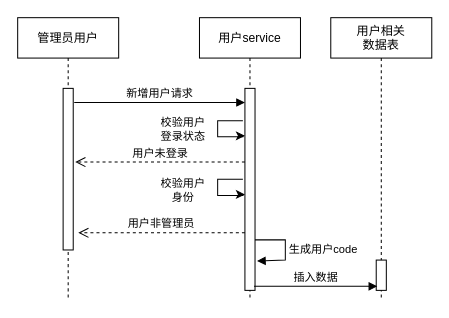
Earlier version of the draw.io diagram shixutu2.drawio (ppp-203/ppp-203). Source tidied: cells renumbered, new cells numbered last; positions are measured from the earlier drawing's top-left corner, leaving out a move shared by most shapes. Both pictures are drawn from the tidied source at 101%, with x=0, y=0 at pixel (17, 17).
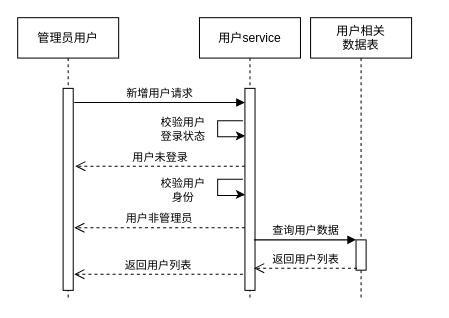
Above is the later version.

Unchanged cells that the change refers to:
```xml
<mxCell id="2" value="管理员用户" style="shape=umlLifeline;perimeter=lifelinePerimeter;rounded=0;shadow=0;strokeWidth=1;" parent="1" vertex="1">
  <mxGeometry width="100" height="280" as="geometry" />
</mxCell>
<mxCell id="4" value="用户service" style="shape=umlLifeline;perimeter=lifelinePerimeter;rounded=0;shadow=0;strokeWidth=1;" parent="1" vertex="1">
  <mxGeometry x="180" width="100" height="280" as="geometry" />
</mxCell>
<mxCell id="5" style="points=[];perimeter=orthogonalPerimeter;rounded=0;shadow=0;strokeWidth=1;" parent="4" vertex="1">
  <mxGeometry x="45" y="70" width="10" height="200" as="geometry" />
</mxCell>
```

Change to the diagram source:
```diff
@@
     <mxCell id="3" style="points=[];perimeter=orthogonalPerimeter;rounded=0;shadow=0;strokeWidth=1;" parent="2" vertex="1">
-      <mxGeometry x="45" y="70" width="10" height="160" as="geometry" />
+      <mxGeometry x="45" y="70" width="10" height="200" as="geometry" />
     </mxCell>
@@
-    <mxCell id="8" value="生成用户code" style="edgeStyle=orthogonalEdgeStyle;html=1;align=left;spacingLeft=2;endArrow=block;rounded=0;entryX=1.2;entryY=0.855;entryDx=0;entryDy=0;entryPerimeter=0;" parent="4" edge="1" target="5">
-      <mxGeometry relative="1" as="geometry">
-        <mxPoint x="55" y="220" as="sourcePoint" />
-        <Array as="points">
-          <mxPoint x="85" y="220" />
-          <mxPoint x="85" y="240" />
-        </Array>
-      </mxGeometry>
-    </mxCell>
@@
     <mxCell id="10" value="用户相关&#10;数据表" style="shape=umlLifeline;perimeter=lifelinePerimeter;rounded=0;shadow=0;strokeWidth=1;" parent="1" vertex="1">
-      <mxGeometry x="310" width="100" height="280" as="geometry" />
+      <mxGeometry x="290" width="100" height="280" as="geometry" />
     </mxCell>
     <mxCell id="11" style="points=[];perimeter=orthogonalPerimeter;rounded=0;shadow=0;strokeWidth=1;" parent="10" vertex="1">
-      <mxGeometry x="45" y="240" width="10" height="30" as="geometry" />
+      <mxGeometry x="45" y="220" width="10" height="30" as="geometry" />
     </mxCell>
@@
-    <mxCell id="13" value="用户未登录" style="html=1;verticalAlign=bottom;endArrow=open;dashed=1;endSize=8;rounded=0;entryX=1.2;entryY=0.456;entryDx=0;entryDy=0;entryPerimeter=0;" parent="1" edge="1" source="5" target="3">
+    <mxCell id="13" value="用户未登录" style="html=1;verticalAlign=bottom;endArrow=open;dashed=1;endSize=8;rounded=0;entryX=1.2;entryY=0.385;entryDx=0;entryDy=0;entryPerimeter=0;" parent="1" edge="1" source="5" target="3">
       <mxGeometry relative="1" as="geometry" />
     </mxCell>
@@
-    <mxCell id="15" value="用户非管理员" style="html=1;verticalAlign=bottom;endArrow=open;dashed=1;endSize=8;rounded=0;" parent="1" edge="1" source="5">
-      <mxGeometry relative="1" as="geometry">
-        <mxPoint x="60" y="213" as="targetPoint" />
-      </mxGeometry>
+    <mxCell id="15" value="用户非管理员" style="html=1;verticalAlign=bottom;endArrow=open;dashed=1;endSize=8;rounded=0;entryX=1.1;entryY=0.69;entryDx=0;entryDy=0;entryPerimeter=0;" parent="1" edge="1" source="5" target="3">
+      <mxGeometry relative="1" as="geometry" />
     </mxCell>
-    <mxCell id="16" value="插入数据" style="html=1;verticalAlign=bottom;endArrow=block;rounded=0;exitX=0.9;exitY=0.98;exitDx=0;exitDy=0;exitPerimeter=0;entryX=0.1;entryY=0.867;entryDx=0;entryDy=0;entryPerimeter=0;" parent="1" edge="1" source="5" target="11">
+    <mxCell id="16" value="查询用户数据" style="html=1;verticalAlign=bottom;endArrow=block;rounded=0;exitX=0.9;exitY=0.75;exitDx=0;exitDy=0;exitPerimeter=0;" parent="1" edge="1" source="5" target="11">
       <mxGeometry relative="1" as="geometry" />
     </mxCell>
+    <mxCell id="17" value="返回用户列表" style="html=1;verticalAlign=bottom;endArrow=open;dashed=1;endSize=8;rounded=0;exitX=0.1;exitY=0.933;exitDx=0;exitDy=0;exitPerimeter=0;entryX=0.9;entryY=0.89;entryDx=0;entryDy=0;entryPerimeter=0;" parent="1" edge="1" source="11" target="5">
+      <mxGeometry relative="1" as="geometry" />
+    </mxCell>
+    <mxCell id="18" value="返回用户列表" style="html=1;verticalAlign=bottom;endArrow=open;dashed=1;endSize=8;rounded=0;exitX=-0.2;exitY=0.92;exitDx=0;exitDy=0;exitPerimeter=0;entryX=1.1;entryY=0.92;entryDx=0;entryDy=0;entryPerimeter=0;" parent="1" edge="1" source="5" target="3">
+      <mxGeometry relative="1" as="geometry" />
+    </mxCell>
```
